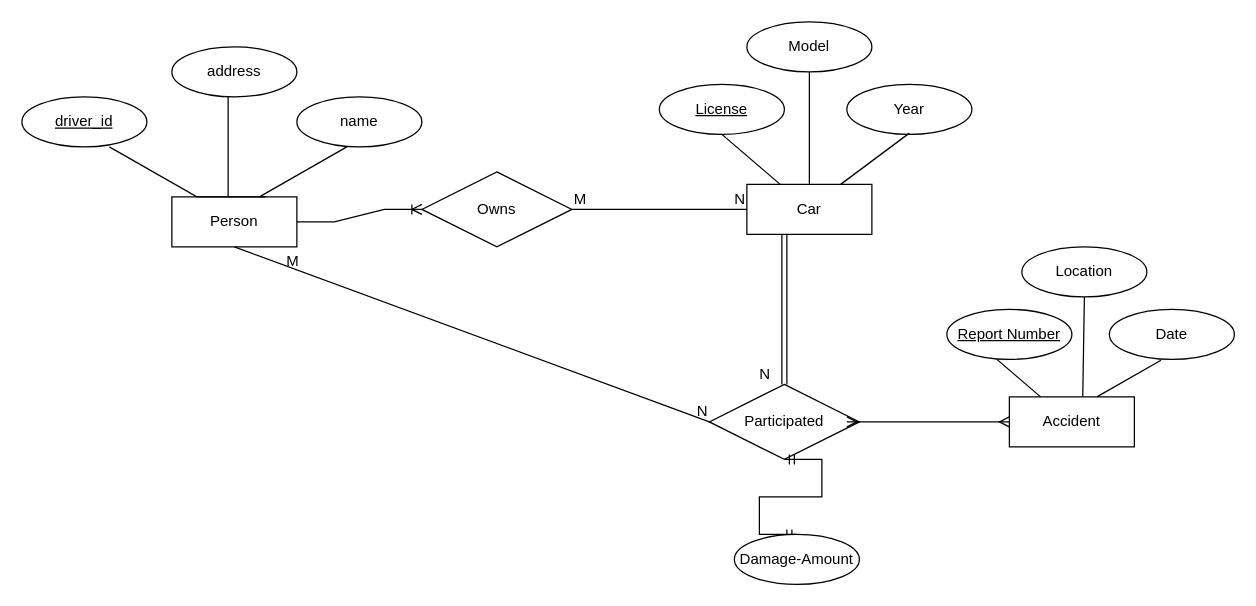
Before: Untitled Diagram.drawio in arastuthakur/arastuthakur, a draw.io diagram. Source tidied: cells renumbered, new cells numbered last; positions are measured from the earlier drawing's top-left corner, leaving out a move shared by most shapes. Both pictures are drawn from the tidied source at 125%, with x=0, y=0 at pixel (21, 21).
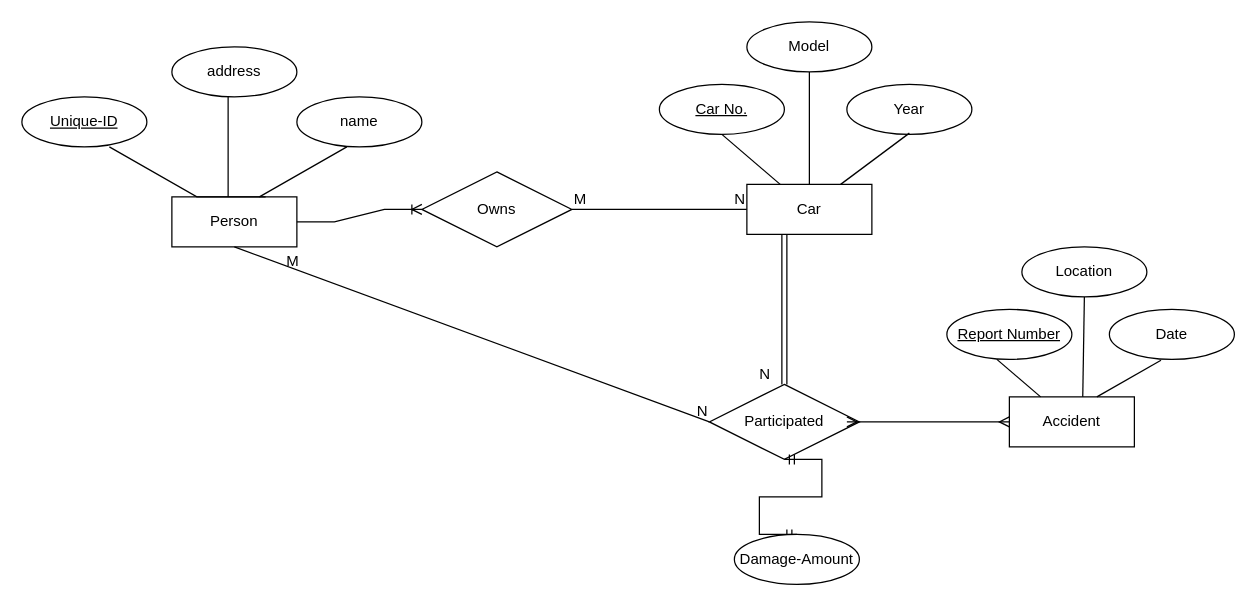
Above is the later version.

The edit, as a diff of the source:
```diff
@@
-    <mxCell id="2" value="driver_id" style="ellipse;whiteSpace=wrap;html=1;align=center;fontStyle=4;" parent="1" vertex="1">
+    <mxCell id="2" value="Unique-ID" style="ellipse;whiteSpace=wrap;html=1;align=center;fontStyle=4;" parent="1" vertex="1">
       <mxGeometry y="60" width="100" height="40" as="geometry" />
     </mxCell>
@@
-    <mxCell id="15" value="License" style="ellipse;whiteSpace=wrap;html=1;align=center;fontStyle=4;" parent="1" vertex="1">
+    <mxCell id="15" value="Car No." style="ellipse;whiteSpace=wrap;html=1;align=center;fontStyle=4;" parent="1" vertex="1">
       <mxGeometry x="510" y="50" width="100" height="40" as="geometry" />
     </mxCell>
```
